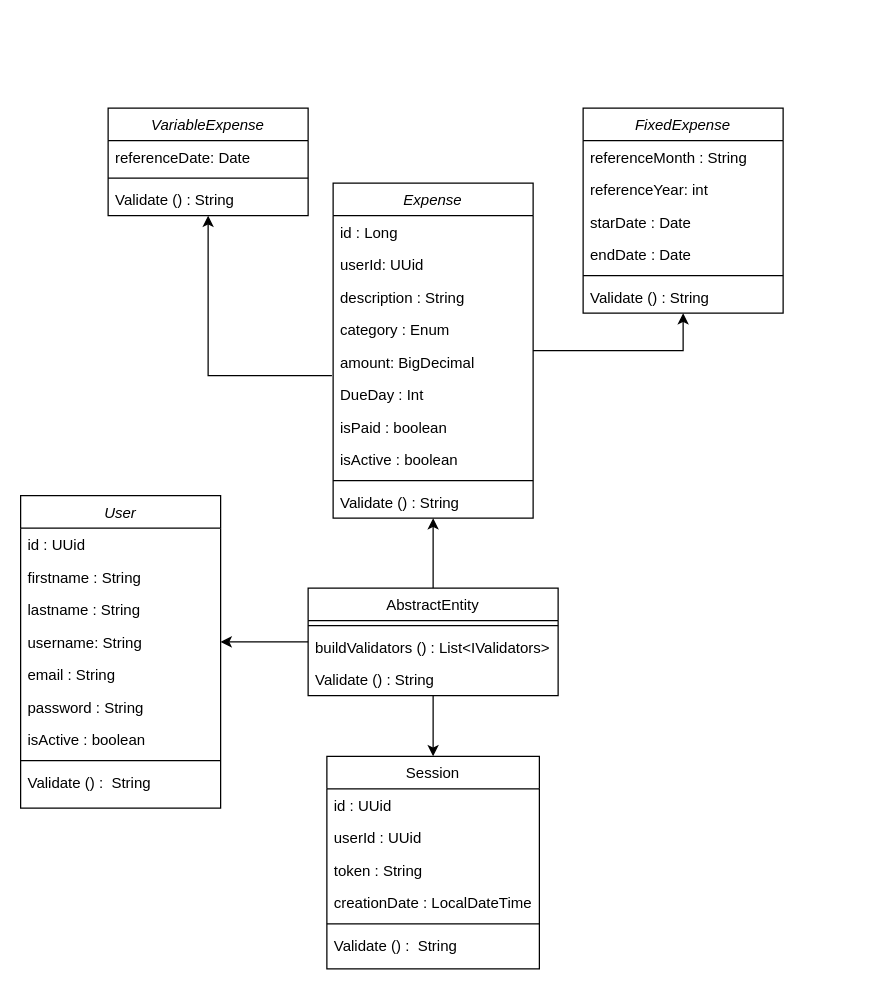
Before: _docs/Class Diagram.drawio in gervasioartur/walletwise-clean-graphql-api, a draw.io diagram. Source tidied: cells renumbered, new cells numbered last; positions are measured from the earlier drawing's top-left corner, leaving out a move shared by most shapes. Both pictures are drawn from the tidied source at 125%, with x=0, y=0 at pixel (20, 108).
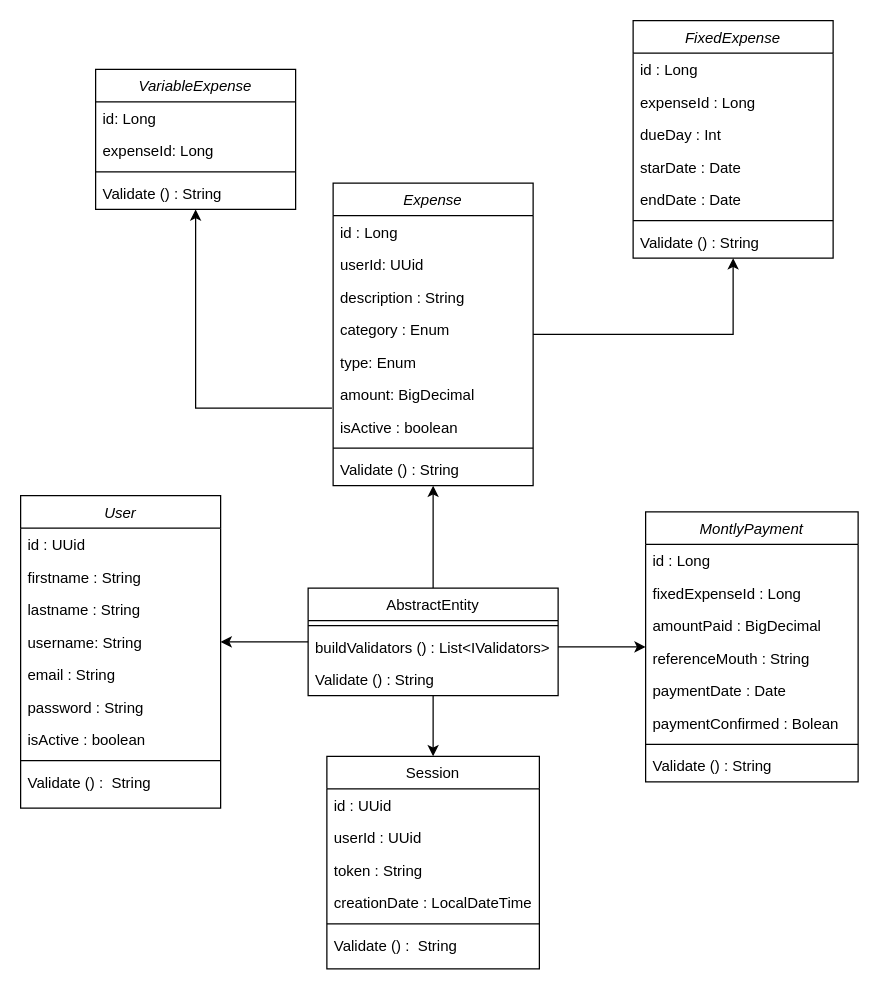
The same page after the edit.

Commit message (it also covers changes not shown here):
docs: ad expenses to diagrams

The change refers to these unchanged cells:
```xml
<mxCell id="24" value="buildValidators () : List&lt;IValidators&gt;" style="text;align=left;verticalAlign=top;spacingLeft=4;spacingRight=4;overflow=hidden;points=[[0,0.5],[1,0.5]];portConstraint=eastwest;" parent="22" vertex="1">
  <mxGeometry y="34" width="200" height="26" as="geometry" />
</mxCell>
```

Diff of the diagram source:
```diff
@@
     <mxCell id="27" value="Expense" style="swimlane;fontStyle=2;align=center;verticalAlign=top;horizontal=1;startSize=26;rounded=0;shadow=0;strokeWidth=1;" parent="1" vertex="1">
-      <mxGeometry x="250" y="60" width="160" height="268" as="geometry" />
+      <mxGeometry x="250" y="60" width="160" height="242" as="geometry" />
     </mxCell>
@@
+    <mxCell id="50" value="type: Enum" style="text;align=left;verticalAlign=top;spacingLeft=4;spacingRight=4;overflow=hidden;rounded=0;shadow=0;html=0;" parent="27" vertex="1">
+      <mxGeometry y="130" width="160" height="26" as="geometry" />
+    </mxCell>
     <mxCell id="32" value="amount: BigDecimal" style="text;align=left;verticalAlign=top;spacingLeft=4;spacingRight=4;overflow=hidden;points=[[0,0.5],[1,0.5]];portConstraint=eastwest;rounded=0;shadow=0;html=0;" parent="27" vertex="1">
-      <mxGeometry y="130" width="160" height="26" as="geometry" />
+      <mxGeometry y="156" width="160" height="26" as="geometry" />
     </mxCell>
-    <mxCell id="33" value="DueDay : Int" style="text;align=left;verticalAlign=top;spacingLeft=4;spacingRight=4;overflow=hidden;rounded=0;shadow=0;html=0;" parent="27" vertex="1">
-      <mxGeometry y="156" width="160" height="26" as="geometry" />
-    </mxCell>
-    <mxCell id="34" value="isPaid : boolean" style="text;align=left;verticalAlign=top;spacingLeft=4;spacingRight=4;overflow=hidden;rounded=0;shadow=0;html=0;" parent="27" vertex="1">
-      <mxGeometry y="182" width="160" height="26" as="geometry" />
-    </mxCell>
     <mxCell id="35" value="isActive : boolean" style="text;align=left;verticalAlign=top;spacingLeft=4;spacingRight=4;overflow=hidden;rounded=0;shadow=0;html=0;" parent="27" vertex="1">
-      <mxGeometry y="208" width="160" height="26" as="geometry" />
+      <mxGeometry y="182" width="160" height="26" as="geometry" />
     </mxCell>
     <mxCell id="36" style="line;html=1;strokeWidth=1;align=left;verticalAlign=middle;spacingTop=-1;spacingLeft=3;spacingRight=3;labelPosition=right;" parent="27" vertex="1">
-      <mxGeometry y="234" width="160" height="8" as="geometry" />
+      <mxGeometry y="208" width="160" height="8" as="geometry" />
     </mxCell>
     <mxCell id="37" value="Validate () : String" style="text;align=left;verticalAlign=top;spacingLeft=4;spacingRight=4;overflow=hidden;" parent="27" vertex="1">
-      <mxGeometry y="242" width="160" height="26" as="geometry" />
+      <mxGeometry y="216" width="160" height="26" as="geometry" />
     </mxCell>
     <mxCell id="38" value="FixedExpense" style="swimlane;fontStyle=2;align=center;verticalAlign=top;horizontal=1;startSize=26;rounded=0;shadow=0;strokeWidth=1;" parent="1" vertex="1">
-      <mxGeometry x="450" width="160" height="164" as="geometry" />
+      <mxGeometry x="490" y="-70" width="160" height="190" as="geometry" />
     </mxCell>
+    <mxCell id="51" value="id : Long" style="text;align=left;verticalAlign=top;spacingLeft=4;spacingRight=4;overflow=hidden;rounded=0;shadow=0;html=0;" parent="38" vertex="1">
+      <mxGeometry y="26" width="160" height="26" as="geometry" />
+    </mxCell>
-    <mxCell id="39" value="referenceMonth : String" style="text;align=left;verticalAlign=top;spacingLeft=4;spacingRight=4;overflow=hidden;rounded=0;shadow=0;html=0;" parent="38" vertex="1">
-      <mxGeometry y="26" width="160" height="26" as="geometry" />
+    <mxCell id="39" value="expenseId : Long" style="text;align=left;verticalAlign=top;spacingLeft=4;spacingRight=4;overflow=hidden;rounded=0;shadow=0;html=0;" parent="38" vertex="1">
+      <mxGeometry y="52" width="160" height="26" as="geometry" />
     </mxCell>
-    <mxCell id="40" value="referenceYear: int" style="text;align=left;verticalAlign=top;spacingLeft=4;spacingRight=4;overflow=hidden;rounded=0;shadow=0;html=0;" parent="38" vertex="1">
-      <mxGeometry y="52" width="160" height="26" as="geometry" />
-    </mxCell>
+    <mxCell id="52" value="dueDay : Int" style="text;align=left;verticalAlign=top;spacingLeft=4;spacingRight=4;overflow=hidden;rounded=0;shadow=0;html=0;" parent="38" vertex="1">
+      <mxGeometry y="78" width="160" height="26" as="geometry" />
+    </mxCell>
     <mxCell id="41" value="starDate : Date" style="text;align=left;verticalAlign=top;spacingLeft=4;spacingRight=4;overflow=hidden;rounded=0;shadow=0;html=0;" parent="38" vertex="1">
-      <mxGeometry y="78" width="160" height="26" as="geometry" />
+      <mxGeometry y="104" width="160" height="26" as="geometry" />
     </mxCell>
     <mxCell id="42" value="endDate : Date" style="text;align=left;verticalAlign=top;spacingLeft=4;spacingRight=4;overflow=hidden;rounded=0;shadow=0;html=0;" parent="38" vertex="1">
-      <mxGeometry y="104" width="160" height="26" as="geometry" />
+      <mxGeometry y="130" width="160" height="26" as="geometry" />
     </mxCell>
     <mxCell id="43" style="line;html=1;strokeWidth=1;align=left;verticalAlign=middle;spacingTop=-1;spacingLeft=3;spacingRight=3;labelPosition=right;" parent="38" vertex="1">
-      <mxGeometry y="130" width="160" height="8" as="geometry" />
+      <mxGeometry y="156" width="160" height="8" as="geometry" />
     </mxCell>
     <mxCell id="44" value="Validate () : String" style="text;align=left;verticalAlign=top;spacingLeft=4;spacingRight=4;overflow=hidden;" parent="38" vertex="1">
-      <mxGeometry y="138" width="160" height="26" as="geometry" />
+      <mxGeometry y="164" width="160" height="26" as="geometry" />
     </mxCell>
     <mxCell id="45" value="VariableExpense" style="swimlane;fontStyle=2;align=center;verticalAlign=top;horizontal=1;startSize=26;rounded=0;shadow=0;strokeWidth=1;" parent="1" vertex="1">
-      <mxGeometry x="70" width="160" height="86" as="geometry" />
+      <mxGeometry x="60" y="-31" width="160" height="112" as="geometry" />
     </mxCell>
-    <mxCell id="46" value="referenceDate: Date" style="text;align=left;verticalAlign=top;spacingLeft=4;spacingRight=4;overflow=hidden;rounded=0;shadow=0;html=0;" parent="45" vertex="1">
+    <mxCell id="46" value="id: Long" style="text;align=left;verticalAlign=top;spacingLeft=4;spacingRight=4;overflow=hidden;rounded=0;shadow=0;html=0;" parent="45" vertex="1">
       <mxGeometry y="26" width="160" height="26" as="geometry" />
     </mxCell>
+    <mxCell id="53" value="expenseId: Long" style="text;align=left;verticalAlign=top;spacingLeft=4;spacingRight=4;overflow=hidden;rounded=0;shadow=0;html=0;" parent="45" vertex="1">
+      <mxGeometry y="52" width="160" height="26" as="geometry" />
+    </mxCell>
     <mxCell id="47" style="line;html=1;strokeWidth=1;align=left;verticalAlign=middle;spacingTop=-1;spacingLeft=3;spacingRight=3;labelPosition=right;" parent="45" vertex="1">
-      <mxGeometry y="52" width="160" height="8" as="geometry" />
+      <mxGeometry y="78" width="160" height="8" as="geometry" />
     </mxCell>
     <mxCell id="48" value="Validate () : String" style="text;align=left;verticalAlign=top;spacingLeft=4;spacingRight=4;overflow=hidden;" parent="45" vertex="1">
-      <mxGeometry y="60" width="160" height="26" as="geometry" />
+      <mxGeometry y="86" width="160" height="26" as="geometry" />
     </mxCell>
@@
+    <mxCell id="54" value="MontlyPayment" style="swimlane;fontStyle=2;align=center;verticalAlign=top;horizontal=1;startSize=26;rounded=0;shadow=0;strokeWidth=1;" parent="1" vertex="1">
+      <mxGeometry x="500" y="323" width="170" height="216" as="geometry" />
+    </mxCell>
+    <mxCell id="55" value="id : Long" style="text;align=left;verticalAlign=top;spacingLeft=4;spacingRight=4;overflow=hidden;rounded=0;shadow=0;html=0;" parent="54" vertex="1">
+      <mxGeometry y="26" width="170" height="26" as="geometry" />
+    </mxCell>
+    <mxCell id="56" value="fixedExpenseId : Long" style="text;align=left;verticalAlign=top;spacingLeft=4;spacingRight=4;overflow=hidden;rounded=0;shadow=0;html=0;" parent="54" vertex="1">
+      <mxGeometry y="52" width="170" height="26" as="geometry" />
+    </mxCell>
+    <mxCell id="57" value="amountPaid : BigDecimal" style="text;align=left;verticalAlign=top;spacingLeft=4;spacingRight=4;overflow=hidden;rounded=0;shadow=0;html=0;" parent="54" vertex="1">
+      <mxGeometry y="78" width="170" height="26" as="geometry" />
+    </mxCell>
+    <mxCell id="58" value="referenceMouth : String" style="text;align=left;verticalAlign=top;spacingLeft=4;spacingRight=4;overflow=hidden;rounded=0;shadow=0;html=0;" parent="54" vertex="1">
+      <mxGeometry y="104" width="170" height="26" as="geometry" />
+    </mxCell>
+    <mxCell id="59" value="paymentDate : Date" style="text;align=left;verticalAlign=top;spacingLeft=4;spacingRight=4;overflow=hidden;rounded=0;shadow=0;html=0;" parent="54" vertex="1">
+      <mxGeometry y="130" width="170" height="26" as="geometry" />
+    </mxCell>
+    <mxCell id="60" value="paymentConfirmed : Bolean" style="text;align=left;verticalAlign=top;spacingLeft=4;spacingRight=4;overflow=hidden;rounded=0;shadow=0;html=0;" parent="54" vertex="1">
+      <mxGeometry y="156" width="170" height="26" as="geometry" />
+    </mxCell>
+    <mxCell id="61" style="line;html=1;strokeWidth=1;align=left;verticalAlign=middle;spacingTop=-1;spacingLeft=3;spacingRight=3;labelPosition=right;" parent="54" vertex="1">
+      <mxGeometry y="182" width="170" height="8" as="geometry" />
+    </mxCell>
+    <mxCell id="62" value="Validate () : String" style="text;align=left;verticalAlign=top;spacingLeft=4;spacingRight=4;overflow=hidden;" parent="54" vertex="1">
+      <mxGeometry y="190" width="170" height="26" as="geometry" />
+    </mxCell>
+    <mxCell id="63" style="edgeStyle=orthogonalEdgeStyle;rounded=0;jettySize=auto;html=1;exitX=1;exitY=0.5;exitDx=0;exitDy=0;" parent="1" edge="1" source="24" target="54">
+      <mxGeometry relative="1" as="geometry" />
+    </mxCell>
```
